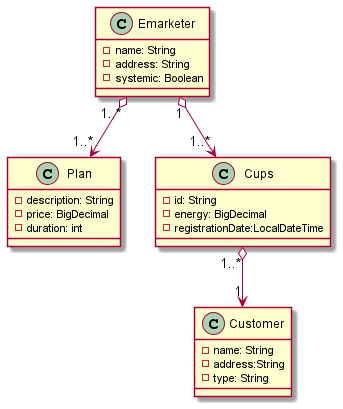
Before: docs/emarketer.models.png, a diagram exported from PlantUML (miw-upm/apaw-practice).
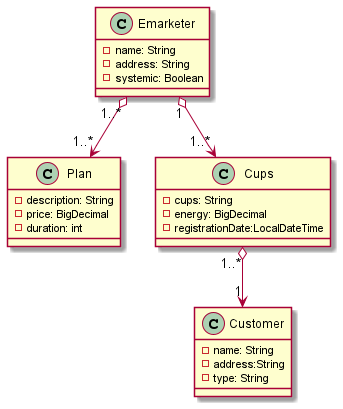
After the commit.

The edit, as a diff of the source:
```diff
@@ -18,7 +18,7 @@
 }
 
 class Cups{
--id: String
+-cups: String
 -energy: BigDecimal
 -registrationDate:LocalDateTime
 }
```
